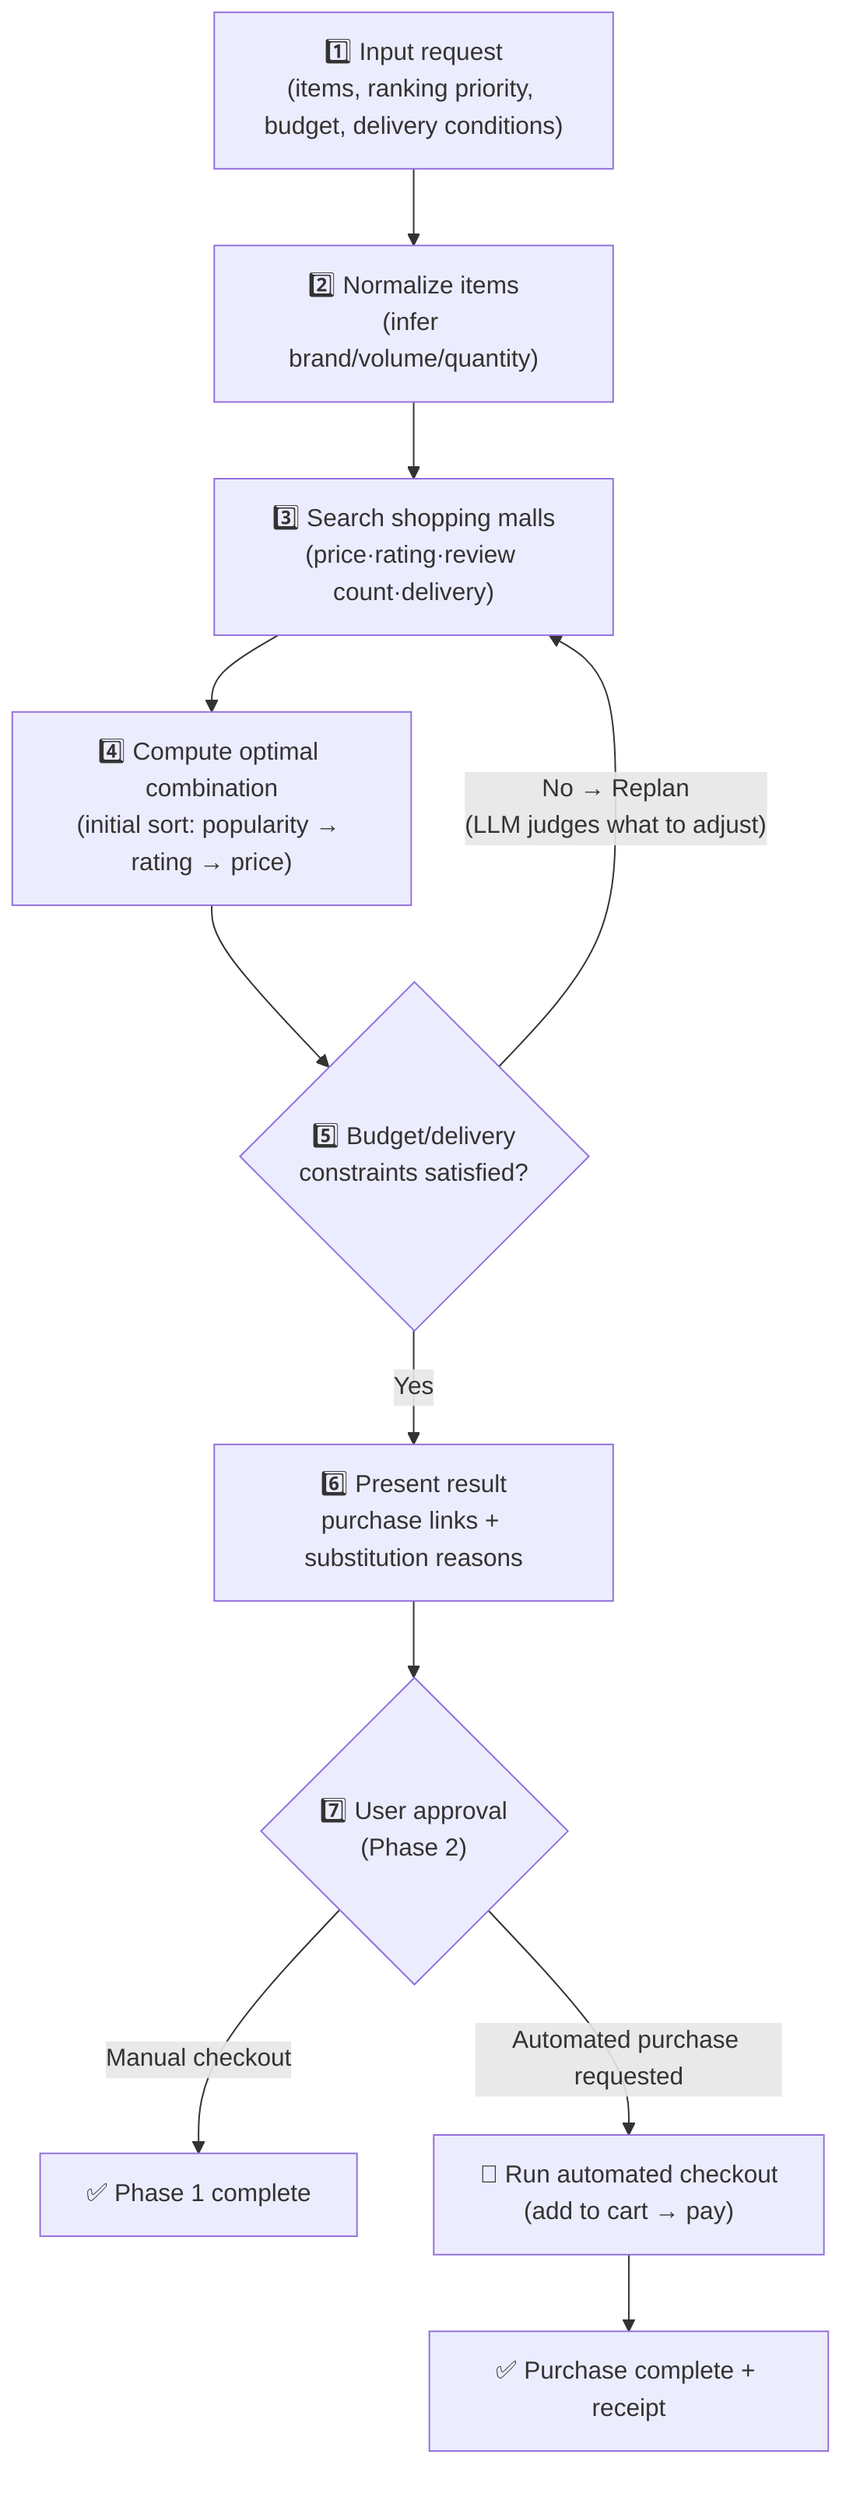
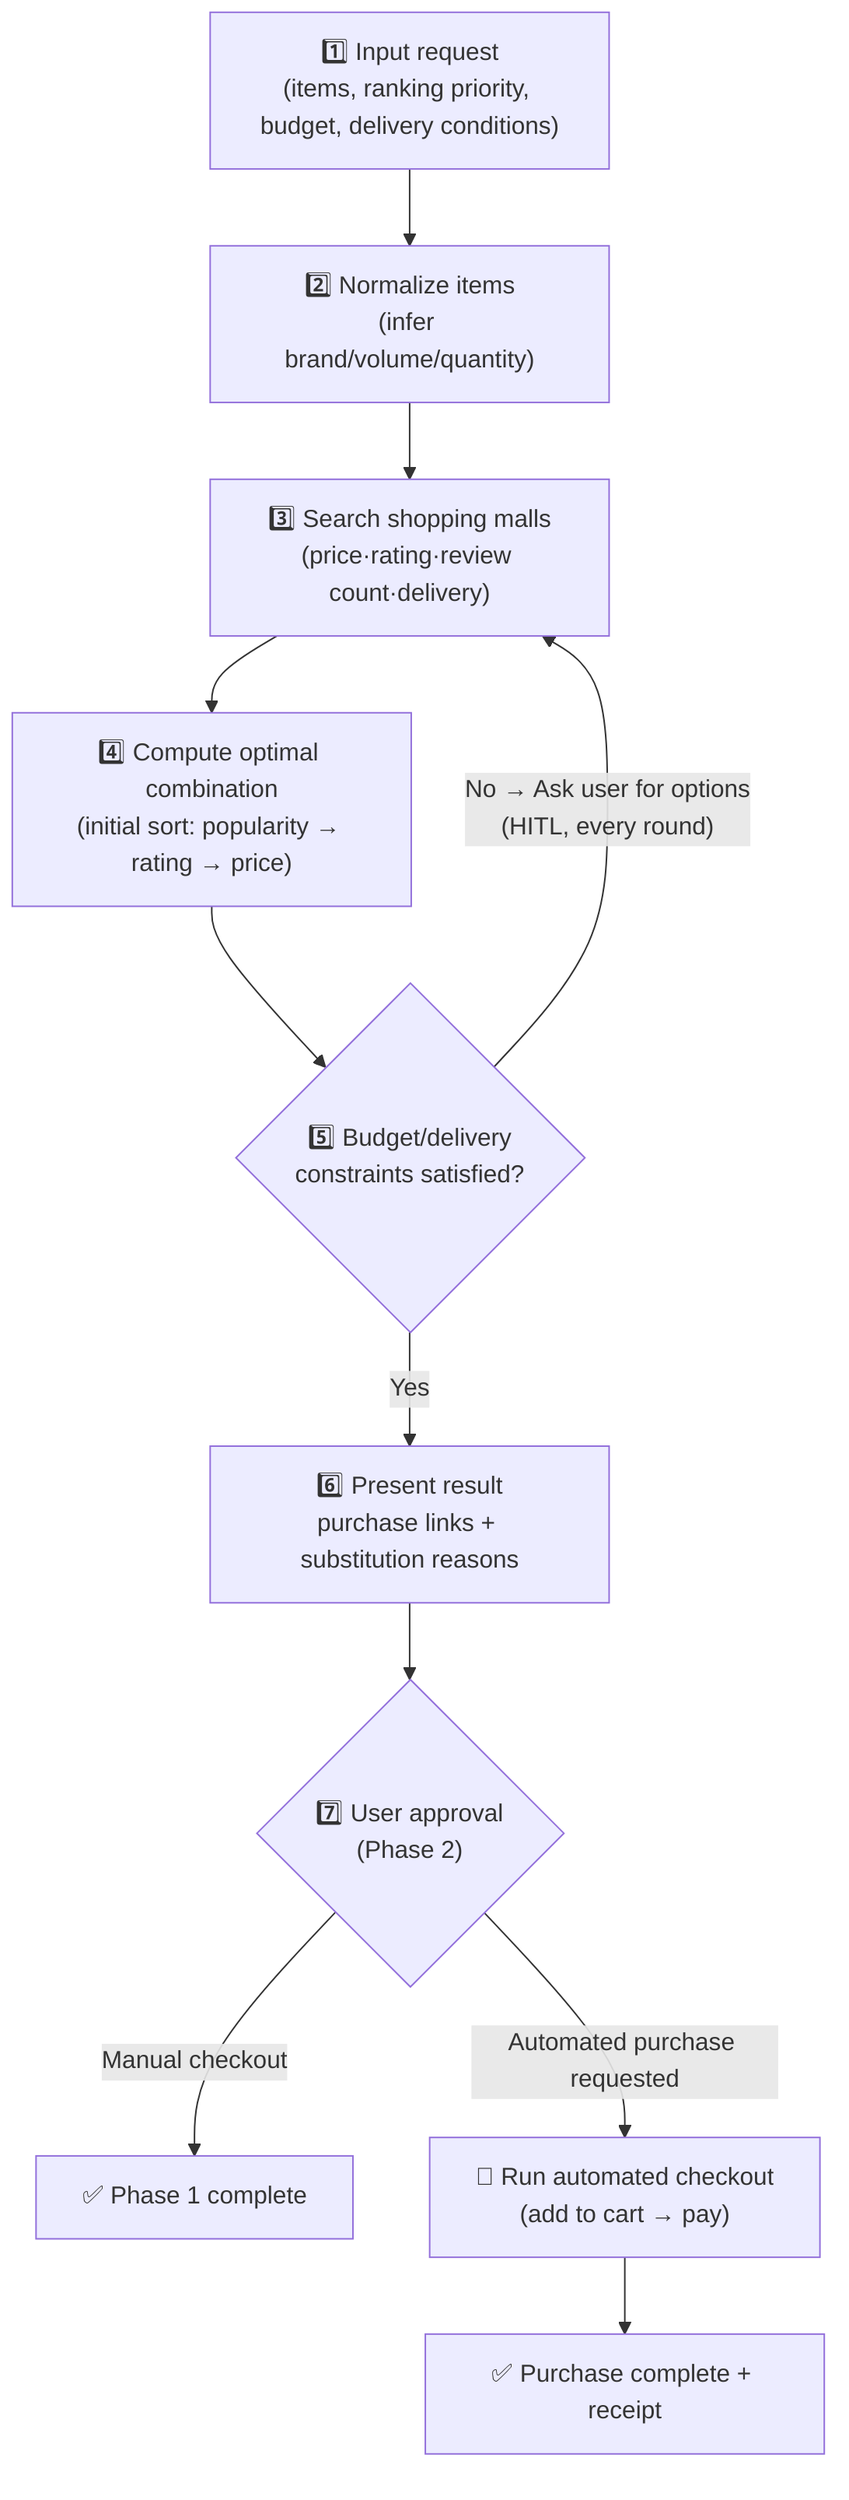
flowchart TD
    A["1️⃣ Input request<br/>(items, ranking priority, budget, delivery conditions)"] --> B["2️⃣ Normalize items<br/>(infer brand/volume/quantity)"]
    B --> C["3️⃣ Search shopping malls<br/>(price·rating·review count·delivery)"]
    C --> D["4️⃣ Compute optimal combination<br/>(initial sort: popularity → rating → price)"]
    D --> E{"5️⃣ Budget/delivery<br/>constraints satisfied?"}
-     E -- "No → Replan<br/>(LLM judges what to adjust)" --> C
+     E -- "No → Ask user for options<br/>(HITL, every round)" --> C
    E -- "Yes" --> F["6️⃣ Present result<br/>purchase links + substitution reasons"]
    F --> G{"7️⃣ User approval<br/>(Phase 2)"}
    G -- "Manual checkout" --> H["✅ Phase 1 complete"]
    G -- "Automated purchase requested" --> I["🤖 Run automated checkout<br/>(add to cart → pay)"]
    I --> J["✅ Purchase complete + receipt"]
